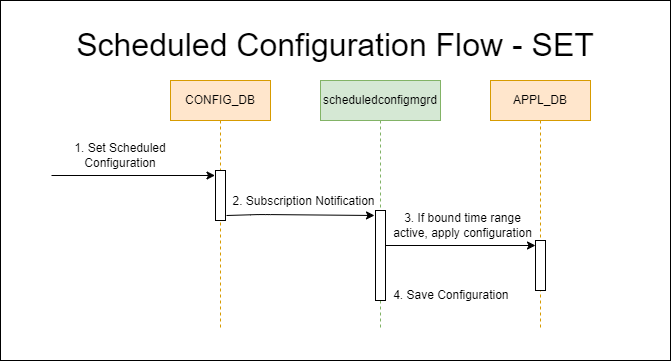
Before: doc/scheduled-configurations/images/scheduled-configuration-flow-set.png, a diagram exported from draw.io (sonic-net/SONiC). Source tidied: cells renumbered, new cells last; positions are measured from the earlier drawing's top-left corner, leaving out a move shared by most shapes.
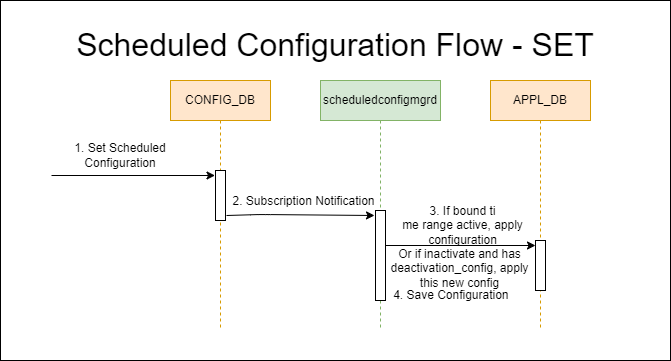
Later version of the same file.

Commit message:
Update HLD to include "deactivation_config" option in scheduled_configuration.

The edit, as a diff of the source:
```diff
@@ -52,7 +52,7 @@
     <mxCell id="14" style="html=1;perimeter=orthogonalPerimeter;" parent="13" vertex="1">
       <mxGeometry x="45" y="160" width="10" height="50" as="geometry" />
     </mxCell>
-    <mxCell id="15" value="3. If bound time range active, apply configuration" style="text;html=1;strokeColor=none;fillColor=none;align=center;verticalAlign=middle;whiteSpace=wrap;rounded=0;" parent="1" vertex="1">
+    <mxCell id="15" value="3. If bound ti&lt;span style=&quot;color: rgba(0, 0, 0, 0); font-family: monospace; font-size: 0px; text-align: start;&quot;&gt;%3CmxGraphModel%3E%3Croot%3E%3CmxCell%20id%3D%220%22%2F%3E%3CmxCell%20id%3D%221%22%20parent%3D%220%22%2F%3E%3CmxCell%20id%3D%222%22%20value%3D%223.%20If%20Configuration%20is%20Active%2C%20Delete%20from%20APPL_DB%22%20style%3D%22text%3Bhtml%3D1%3BstrokeColor%3Dnone%3BfillColor%3Dnone%3Balign%3Dcenter%3BverticalAlign%3Dmiddle%3BwhiteSpace%3Dwrap%3Brounded%3D0%3B%22%20vertex%3D%221%22%20parent%3D%221%22%3E%3CmxGeometry%20x%3D%22410%22%20y%3D%22230%22%20width%3D%22165%22%20height%3D%2230%22%20as%3D%22geometry%22%2F%3E%3C%2FmxCell%3E%3C%2Froot%3E%3C%2FmxGraphModel%3E&lt;/span&gt;&lt;br&gt;me range active, apply configuration&lt;span style=&quot;color: rgba(0, 0, 0, 0); font-family: monospace; font-size: 0px; text-align: start;&quot;&gt;%3CmxGraphModel%3E%3Croot%3E%3CmxCell%20id%3D%220%22%2F%3E%3CmxCell%20id%3D%221%22%20parent%3D%220%22%2F%3E%3CmxCell%20id%3D%222%22%20value%3D%223.%20If%20Configuration%20is%20Active%2C%20Delete%20from%20APPL_DB%22%20style%3D%22text%3Bhtml%3D1%3BstrokeColor%3Dnone%3BfillColor%3Dnone%3Balign%3Dcenter%3BverticalAlign%3Dmiddle%3BwhiteSpace%3Dwrap%3Brounded%3D0%3B%22%20vertex%3D%221%22%20parent%3D%221%22%3E%3CmxGeometry%20x%3D%22410%22%20y%3D%22230%22%20width%3D%22165%22%20height%3D%2230%22%20as%3D%22geometry%22%2F%3E%3C%2FmxCell%3E%3C%2Froot%3E%3C%2FmxGraphModel%3E&lt;/span&gt;" style="text;html=1;strokeColor=none;fillColor=none;align=center;verticalAlign=middle;whiteSpace=wrap;rounded=0;" parent="1" vertex="1">
       <mxGeometry x="390" y="210" width="145" height="30" as="geometry" />
     </mxCell>
     <mxCell id="16" style="endArrow=classic;html=1;" parent="1" edge="1">
@@ -61,5 +61,8 @@
         <mxPoint x="535" y="245" as="targetPoint" />
       </mxGeometry>
     </mxCell>
+    <mxCell id="17" value="Or if inactivate and has deactivation_config, apply this new config" style="text;html=1;strokeColor=none;fillColor=none;align=center;verticalAlign=middle;whiteSpace=wrap;rounded=0;" parent="1" vertex="1">
+      <mxGeometry x="387" y="253" width="145" height="30" as="geometry" />
+    </mxCell>
   </root>
 </mxGraphModel>
```
